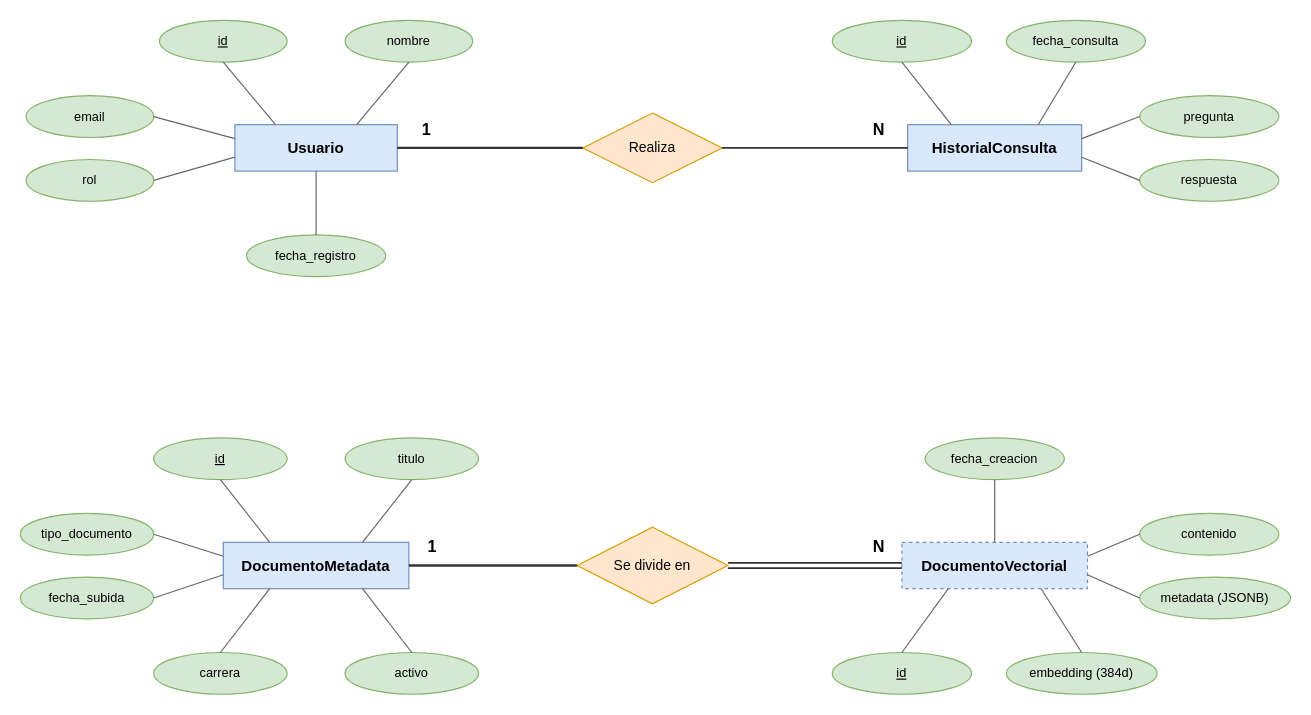
Above: db/bot/er.drawio in marcosdima/final-as (draw.io), before the change. Source tidied: cells renumbered, new cells numbered last; positions are measured from the earlier drawing's top-left corner, leaving out a move shared by most shapes. Both pictures are drawn from the tidied source at 116%, with x=0, y=0 at pixel (20, 20).
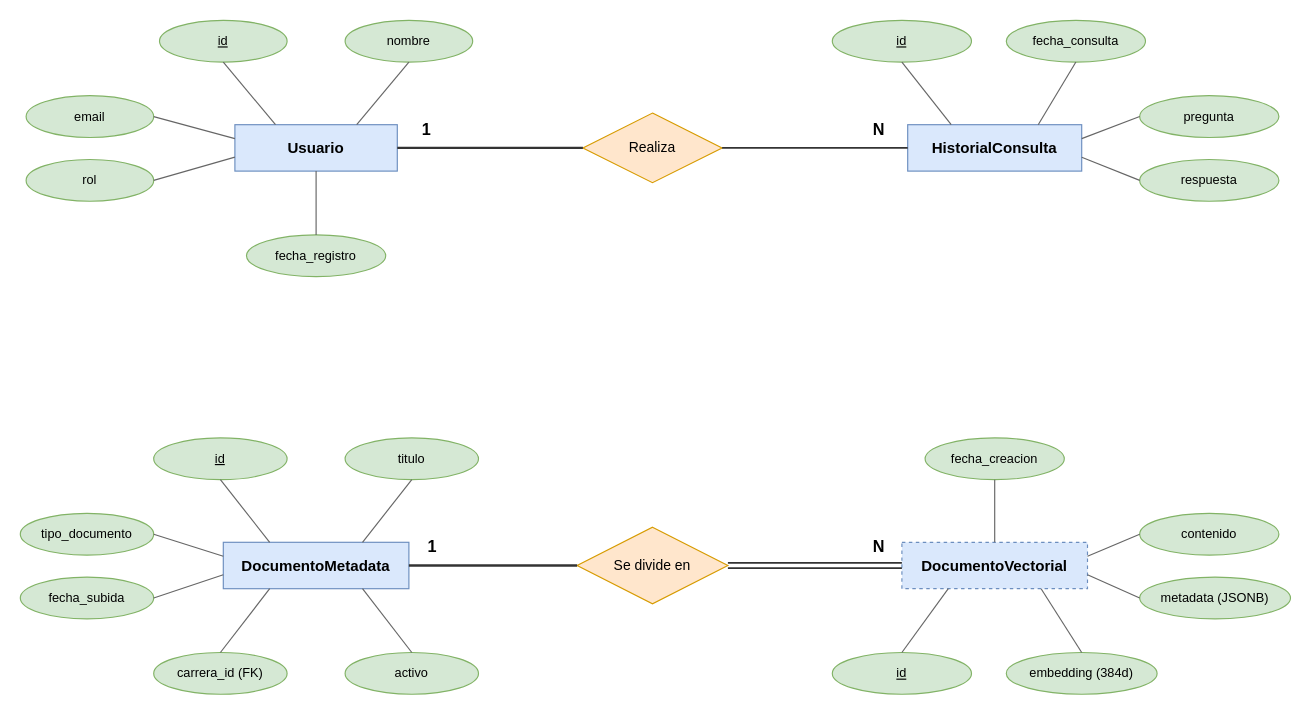
The same page after the edit.

Commit message (it also covers changes not shown here):
feat(db-bot): link documentos_metadata.carrera_id via cross-schema FK to instituto.carrera

The edit, as a diff of the source:
```diff
@@
-    <mxCell id="21" value="carrera" style="ellipse;whiteSpace=wrap;html=1;fillColor=#d5e8d4;strokeColor=#82b366;fontSize=11;" parent="1" vertex="1">
+    <mxCell id="21" value="carrera_id (FK)" style="ellipse;whiteSpace=wrap;html=1;fillColor=#d5e8d4;strokeColor=#82b366;fontSize=11;" parent="1" vertex="1">
       <mxGeometry x="115" y="545" width="115" height="36" as="geometry" />
     </mxCell>
```
